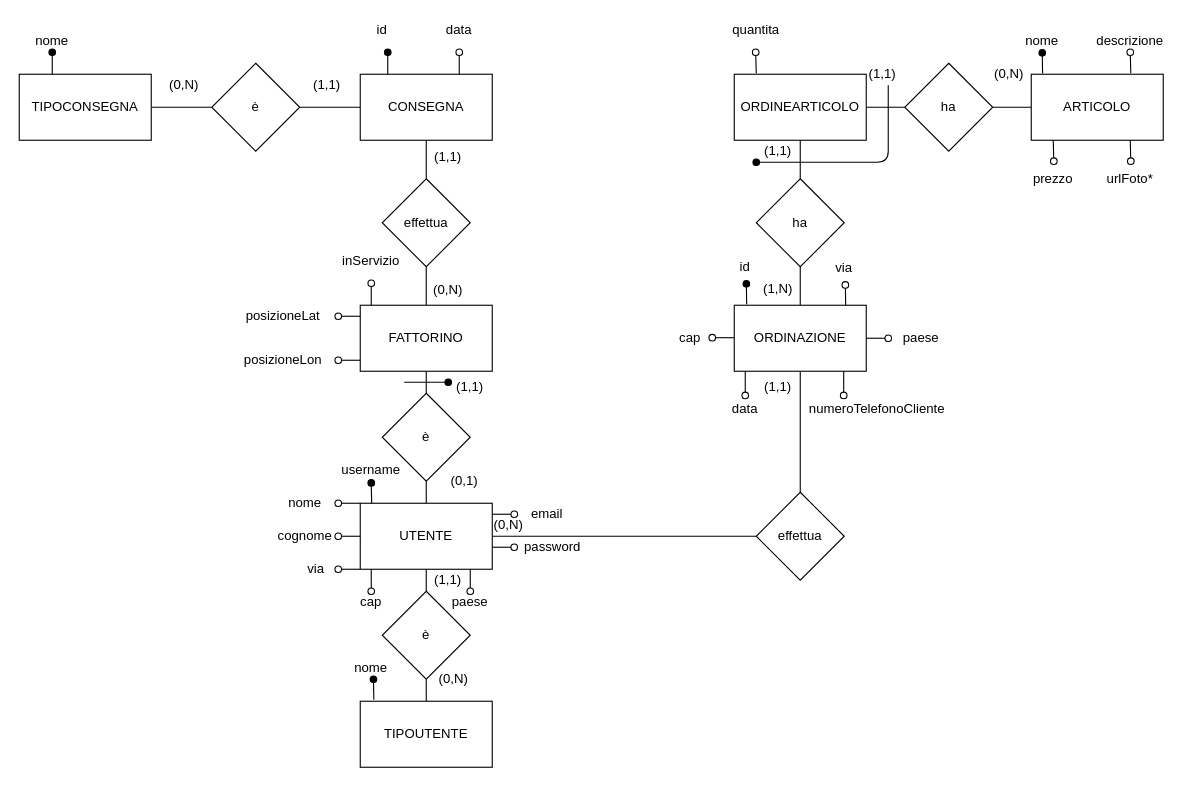
This is media/DB/ER_DB_PizzaDelivery.drawio from JariNaeser/PizzaDelivery, a draw.io file, before an edit. Source tidied: cells renumbered, new cells numbered last; positions are measured from the earlier drawing's top-left corner, leaving out a move shared by most shapes. Both pictures are drawn from the tidied source at 110%, with x=0, y=0 at pixel (19, 19).
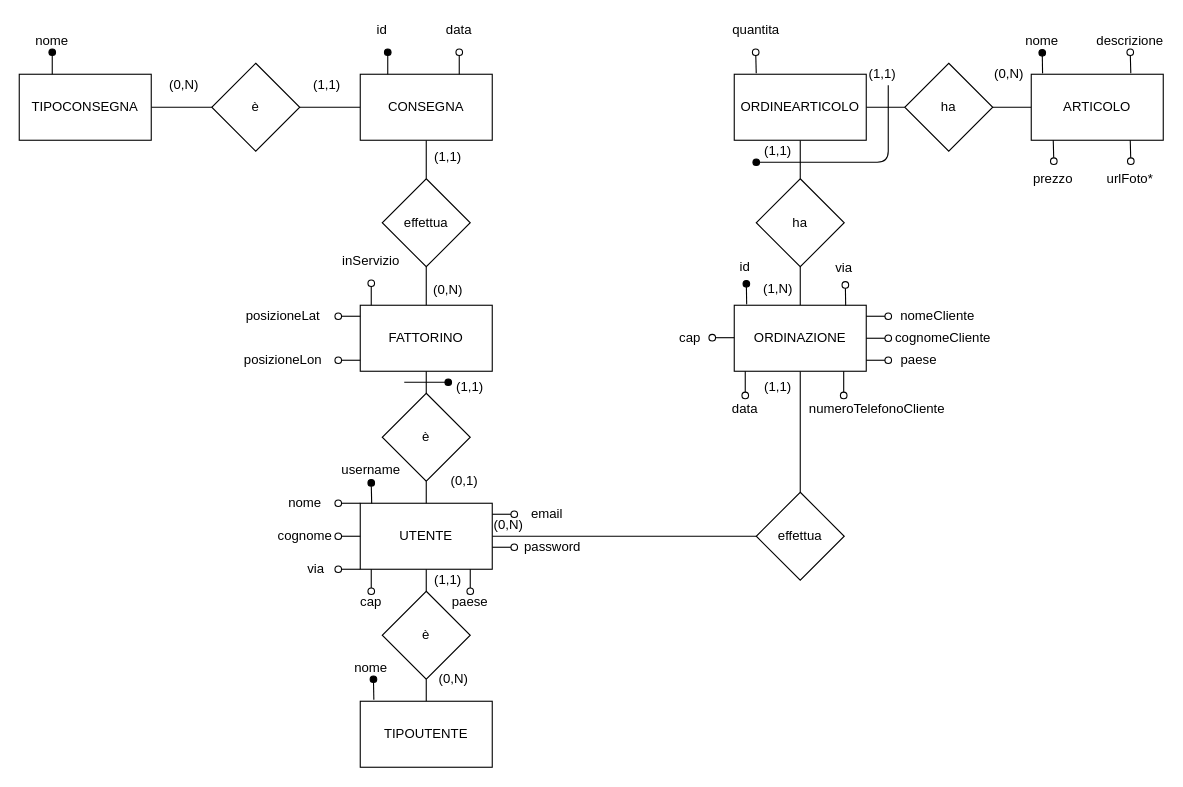
The same diagram, later.

Diff of the diagram source:
```diff
@@
-    <mxCell id="69" value="paese" style="text;html=1;strokeColor=none;fillColor=none;align=center;verticalAlign=middle;whiteSpace=wrap;rounded=0;" parent="1" vertex="1">
-      <mxGeometry x="800" y="280" width="40" height="20" as="geometry" />
+    <mxCell id="69" value="cognomeCliente" style="text;html=1;strokeColor=none;fillColor=none;align=center;verticalAlign=middle;whiteSpace=wrap;rounded=0;" parent="1" vertex="1">
+      <mxGeometry x="820" y="280" width="40" height="20" as="geometry" />
     </mxCell>
@@
+    <mxCell id="99" style="endArrow=none;html=1;startArrow=oval;startFill=0;entryX=1;entryY=0.5;entryDx=0;entryDy=0;" parent="1" edge="1">
+      <mxGeometry relative="1" as="geometry">
+        <mxPoint x="790" y="270" as="sourcePoint" />
+        <mxPoint x="770" y="270" as="targetPoint" />
+      </mxGeometry>
+    </mxCell>
+    <mxCell id="100" style="endArrow=none;html=1;startArrow=oval;startFill=0;entryX=1;entryY=0.5;entryDx=0;entryDy=0;" parent="1" edge="1">
+      <mxGeometry relative="1" as="geometry">
+        <mxPoint x="790" y="310" as="sourcePoint" />
+        <mxPoint x="770" y="310" as="targetPoint" />
+      </mxGeometry>
+    </mxCell>
+    <mxCell id="101" value="paese" style="text;html=1;strokeColor=none;fillColor=none;align=center;verticalAlign=middle;whiteSpace=wrap;rounded=0;" parent="1" vertex="1">
+      <mxGeometry x="797.5" y="300" width="40" height="20" as="geometry" />
+    </mxCell>
+    <mxCell id="102" value="nomeCliente" style="text;html=1;strokeColor=none;fillColor=none;align=center;verticalAlign=middle;whiteSpace=wrap;rounded=0;" parent="1" vertex="1">
+      <mxGeometry x="814.5" y="260" width="40" height="20" as="geometry" />
+    </mxCell>
```
